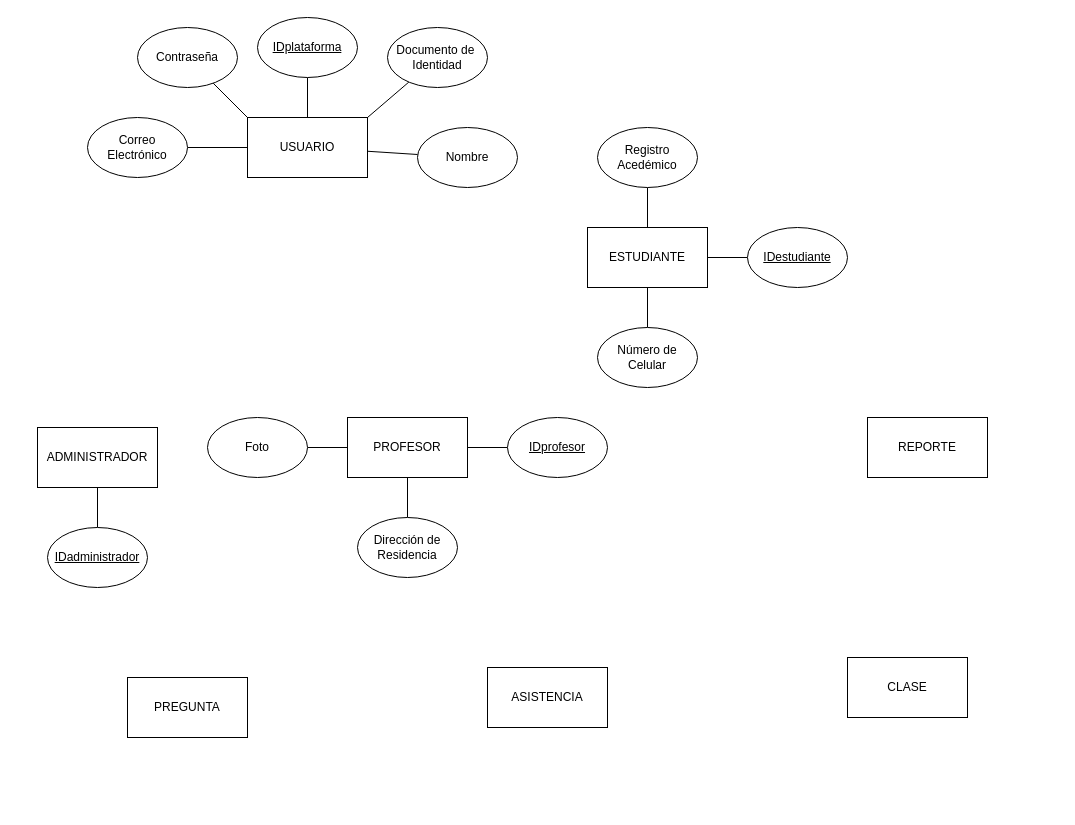
The draw.io diagram Attenzio Entidad-Relación.drawio in 18luisc/Attenzio, before the edit. Source tidied: cells renumbered, new cells numbered last; positions are measured from the earlier drawing's top-left corner, leaving out a move shared by most shapes. Both pictures are drawn from the tidied source at 100%, with x=0, y=0 at pixel (37, 17).
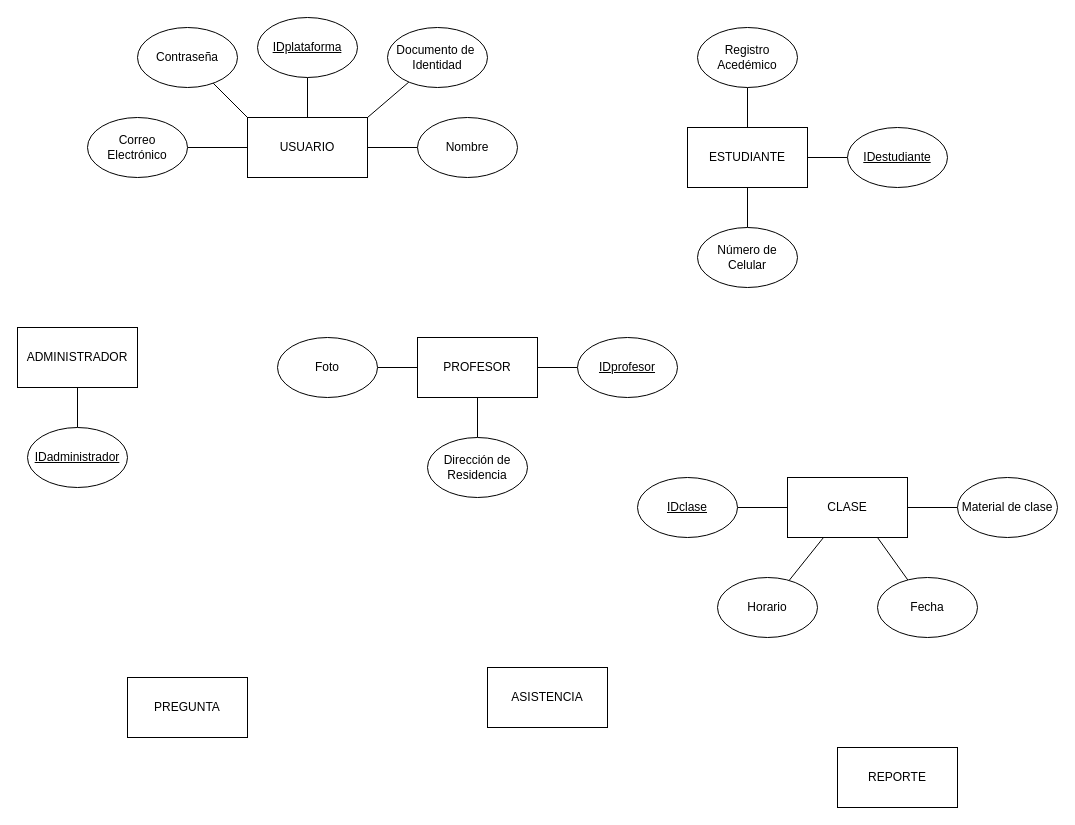
The same diagram, later.

Commit message:
Se agrega atributos a la entidad Clase

Change to the diagram source:
```diff
@@
     <mxCell id="7" value="ESTUDIANTE" style="rounded=0;whiteSpace=wrap;html=1;" parent="1" vertex="1">
-      <mxGeometry x="550" y="210" width="120" height="60" as="geometry" />
+      <mxGeometry x="650" y="110" width="120" height="60" as="geometry" />
     </mxCell>
@@
     <mxCell id="11" value="PROFESOR" style="rounded=0;whiteSpace=wrap;html=1;" parent="1" vertex="1">
-      <mxGeometry x="310" y="400" width="120" height="60" as="geometry" />
+      <mxGeometry x="380" y="320" width="120" height="60" as="geometry" />
     </mxCell>
@@
     <mxCell id="13" value="ADMINISTRADOR" style="rounded=0;whiteSpace=wrap;html=1;" parent="1" vertex="1">
-      <mxGeometry y="410" width="120" height="60" as="geometry" />
+      <mxGeometry x="-20" y="310" width="120" height="60" as="geometry" />
     </mxCell>
+    <mxCell id="34" style="rounded=0;jettySize=auto;html=1;endArrow=none;endFill=0;" parent="1" edge="1" source="14" target="35">
+      <mxGeometry relative="1" as="geometry" />
+    </mxCell>
     <mxCell id="14" value="CLASE" style="rounded=0;whiteSpace=wrap;html=1;" parent="1" vertex="1">
-      <mxGeometry x="810" y="640" width="120" height="60" as="geometry" />
+      <mxGeometry x="750" y="460" width="120" height="60" as="geometry" />
     </mxCell>
@@
     <mxCell id="17" value="REPORTE" style="rounded=0;whiteSpace=wrap;html=1;" parent="1" vertex="1">
-      <mxGeometry x="830" y="400" width="120" height="60" as="geometry" />
+      <mxGeometry x="800" y="730" width="120" height="60" as="geometry" />
     </mxCell>
@@
     <mxCell id="24" value="Nombre" style="ellipse;whiteSpace=wrap;html=1;" parent="1" vertex="1">
-      <mxGeometry x="380" y="110" width="100" height="60" as="geometry" />
+      <mxGeometry x="380" y="100" width="100" height="60" as="geometry" />
     </mxCell>
@@
     <mxCell id="26" value="&lt;u&gt;IDestudiante&lt;/u&gt;" style="ellipse;whiteSpace=wrap;html=1;" parent="1" vertex="1">
-      <mxGeometry x="710" y="210" width="100" height="60" as="geometry" />
+      <mxGeometry x="810" y="110" width="100" height="60" as="geometry" />
     </mxCell>
     <mxCell id="27" value="&lt;u&gt;IDprofesor&lt;/u&gt;" style="ellipse;whiteSpace=wrap;html=1;" parent="1" vertex="1">
-      <mxGeometry x="470" y="400" width="100" height="60" as="geometry" />
+      <mxGeometry x="540" y="320" width="100" height="60" as="geometry" />
     </mxCell>
     <mxCell id="28" value="&lt;u&gt;IDadministrador&lt;/u&gt;" style="ellipse;whiteSpace=wrap;html=1;" parent="1" vertex="1">
-      <mxGeometry x="10" y="510" width="100" height="60" as="geometry" />
+      <mxGeometry x="-10" y="410" width="100" height="60" as="geometry" />
     </mxCell>
     <mxCell id="29" value="Dirección de Residencia" style="ellipse;whiteSpace=wrap;html=1;" parent="1" vertex="1">
-      <mxGeometry x="320" y="500" width="100" height="60" as="geometry" />
+      <mxGeometry x="390" y="420" width="100" height="60" as="geometry" />
     </mxCell>
     <mxCell id="30" value="Foto" style="ellipse;whiteSpace=wrap;html=1;" parent="1" vertex="1">
-      <mxGeometry x="170" y="400" width="100" height="60" as="geometry" />
+      <mxGeometry x="240" y="320" width="100" height="60" as="geometry" />
     </mxCell>
     <mxCell id="31" value="Número de Celular" style="ellipse;whiteSpace=wrap;html=1;" parent="1" vertex="1">
-      <mxGeometry x="560" y="310" width="100" height="60" as="geometry" />
+      <mxGeometry x="660" y="210" width="100" height="60" as="geometry" />
     </mxCell>
@@
     <mxCell id="33" value="Registro Acedémico" style="ellipse;whiteSpace=wrap;html=1;" parent="1" vertex="1">
-      <mxGeometry x="560" y="110" width="100" height="60" as="geometry" />
+      <mxGeometry x="660" y="10" width="100" height="60" as="geometry" />
     </mxCell>
+    <mxCell id="35" value="&lt;u&gt;IDclase&lt;/u&gt;" style="ellipse;whiteSpace=wrap;html=1;" parent="1" vertex="1">
+      <mxGeometry x="600" y="460" width="100" height="60" as="geometry" />
+    </mxCell>
+    <mxCell id="36" style="rounded=0;jettySize=auto;html=1;entryX=0.75;entryY=1;entryDx=0;entryDy=0;endArrow=none;endFill=0;" parent="1" edge="1" source="37" target="14">
+      <mxGeometry relative="1" as="geometry" />
+    </mxCell>
+    <mxCell id="37" value="Fecha" style="ellipse;whiteSpace=wrap;html=1;" parent="1" vertex="1">
+      <mxGeometry x="840" y="560" width="100" height="60" as="geometry" />
+    </mxCell>
+    <mxCell id="38" style="rounded=0;jettySize=auto;html=1;endArrow=none;endFill=0;" parent="1" edge="1" source="39" target="14">
+      <mxGeometry relative="1" as="geometry" />
+    </mxCell>
+    <mxCell id="39" value="Horario" style="ellipse;whiteSpace=wrap;html=1;" parent="1" vertex="1">
+      <mxGeometry x="680" y="560" width="100" height="60" as="geometry" />
+    </mxCell>
+    <mxCell id="40" style="rounded=0;jettySize=auto;html=1;endArrow=none;endFill=0;" parent="1" edge="1" source="41" target="14">
+      <mxGeometry relative="1" as="geometry" />
+    </mxCell>
+    <mxCell id="41" value="Material de clase" style="ellipse;whiteSpace=wrap;html=1;" parent="1" vertex="1">
+      <mxGeometry x="920" y="460" width="100" height="60" as="geometry" />
+    </mxCell>
```
